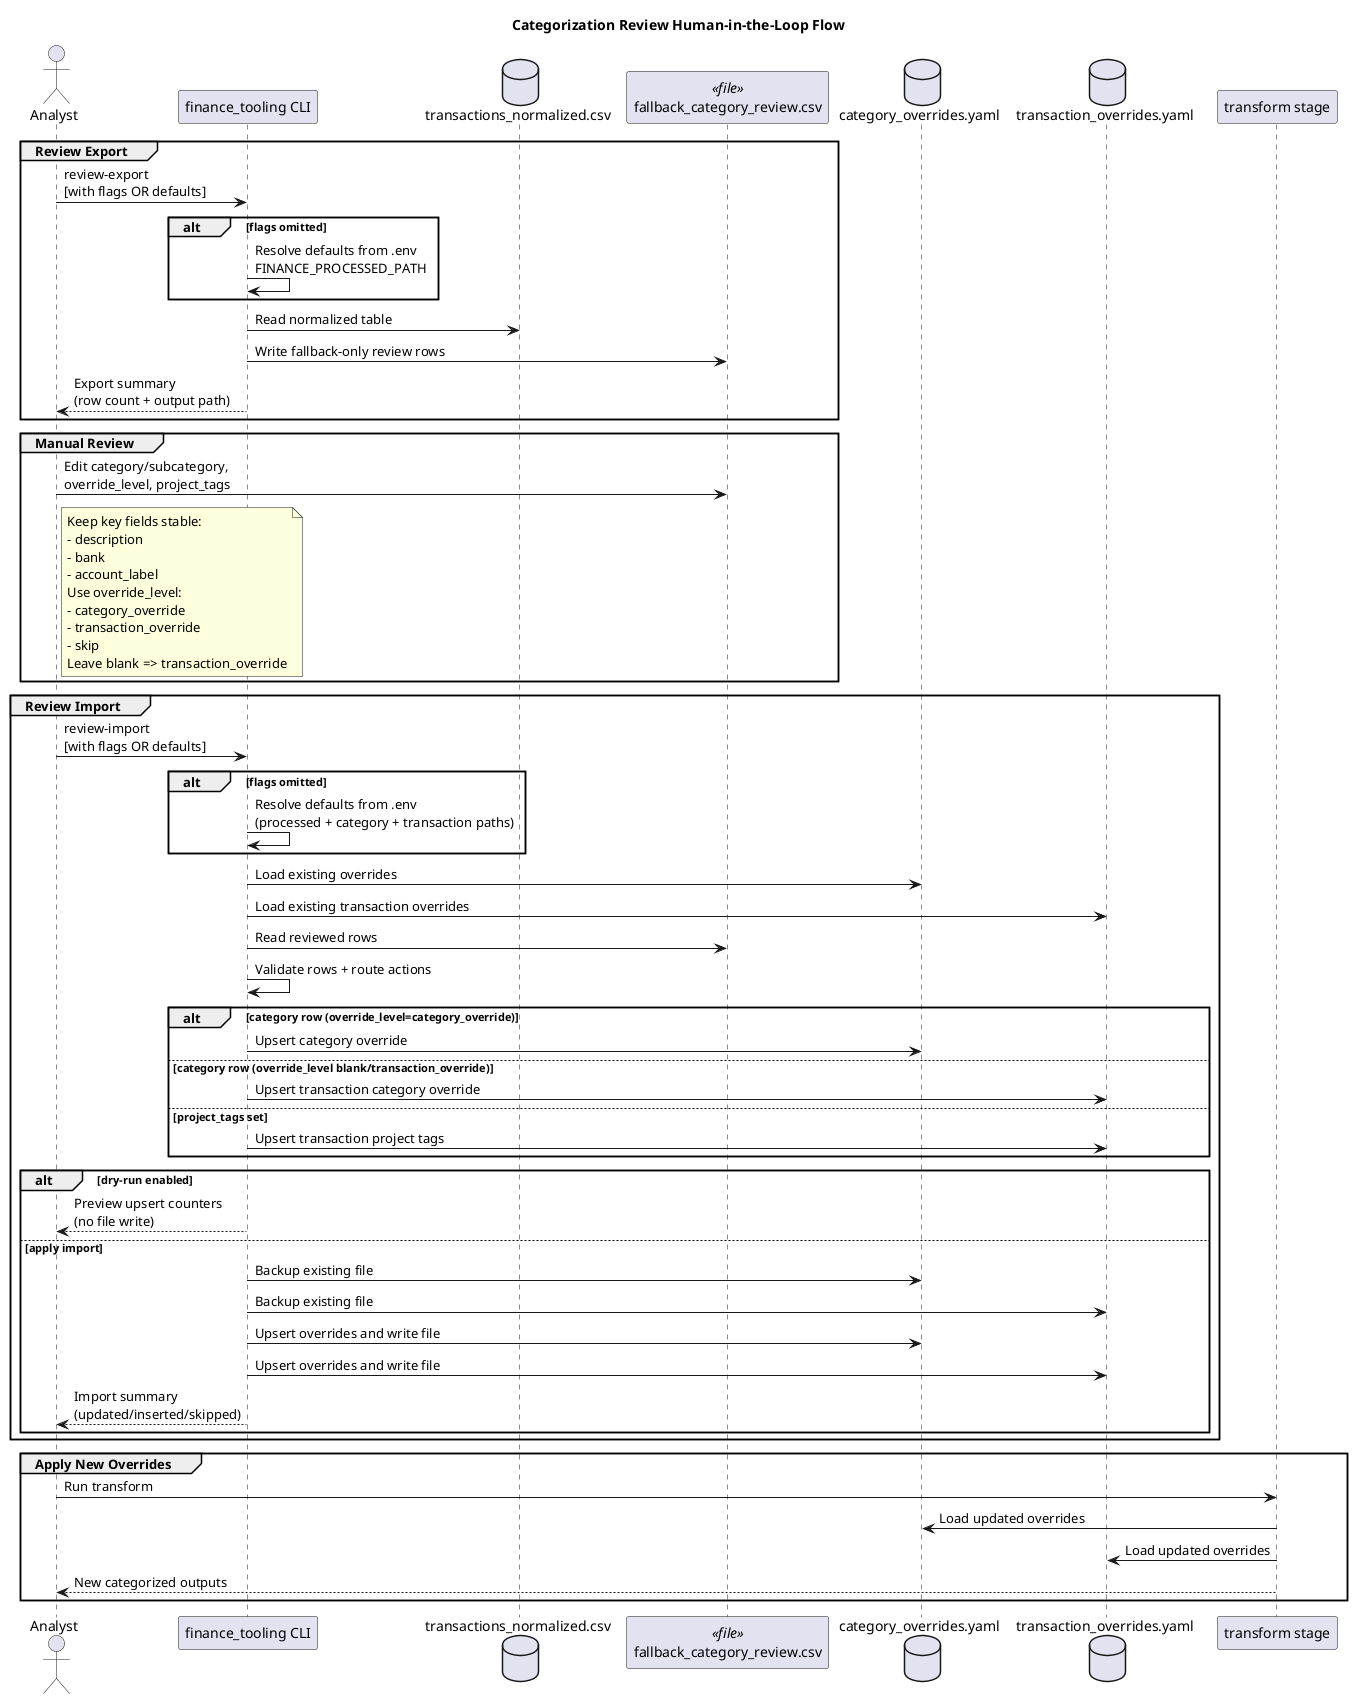
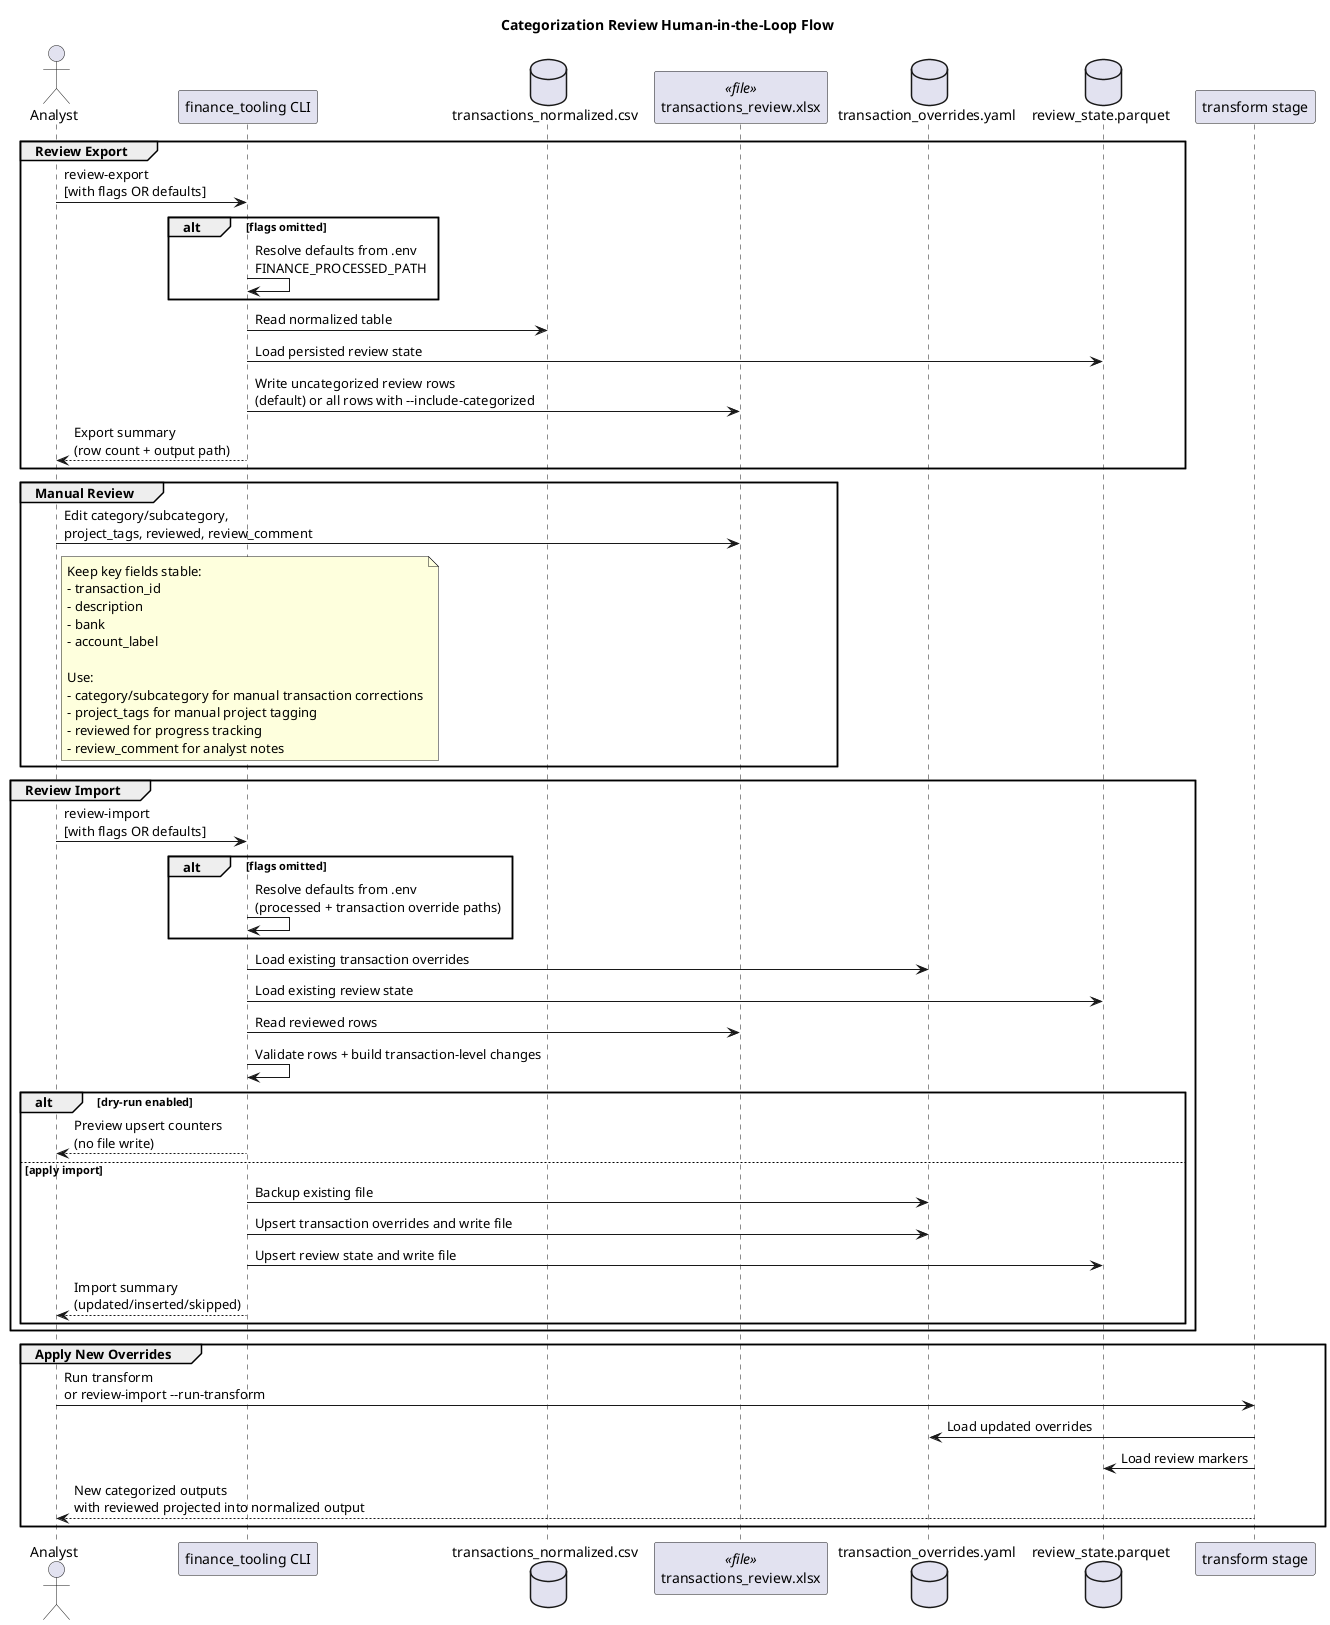
@startuml
title Categorization Review Human-in-the-Loop Flow

actor Analyst
participant "finance_tooling CLI" as CLI
database "transactions_normalized.csv" as NORMALIZED
- participant "fallback_category_review.csv" as REVIEW <<file>>
- database "category_overrides.yaml" as OVERRIDES
+ participant "transactions_review.xlsx" as REVIEW <<file>>
database "transaction_overrides.yaml" as TX_OVERRIDES
+ database "review_state.parquet" as REVIEW_STATE
participant "transform stage" as TRANSFORM

group Review Export
Analyst -> CLI: review-export\n[with flags OR defaults]
alt flags omitted
CLI -> CLI: Resolve defaults from .env\nFINANCE_PROCESSED_PATH
end
CLI -> NORMALIZED: Read normalized table
- CLI -> REVIEW: Write fallback-only review rows
+ CLI -> REVIEW_STATE: Load persisted review state
+ CLI -> REVIEW: Write uncategorized review rows\n(default) or all rows with --include-categorized
CLI --> Analyst: Export summary\n(row count + output path)
end

group Manual Review
- Analyst -> REVIEW: Edit category/subcategory,\noverride_level, project_tags
+ Analyst -> REVIEW: Edit category/subcategory,\nproject_tags, reviewed, review_comment
note right of Analyst
Keep key fields stable:
+ - transaction_id
- description
- bank
- account_label
- Use override_level:
- - category_override
- - transaction_override
- - skip
- Leave blank => transaction_override
+ 
+ Use:
+ - category/subcategory for manual transaction corrections
+ - project_tags for manual project tagging
+ - reviewed for progress tracking
+ - review_comment for analyst notes
end note
end

group Review Import
Analyst -> CLI: review-import\n[with flags OR defaults]
alt flags omitted
- CLI -> CLI: Resolve defaults from .env\n(processed + category + transaction paths)
+ CLI -> CLI: Resolve defaults from .env\n(processed + transaction override paths)
end
- CLI -> OVERRIDES: Load existing overrides
CLI -> TX_OVERRIDES: Load existing transaction overrides
+ CLI -> REVIEW_STATE: Load existing review state
CLI -> REVIEW: Read reviewed rows
- CLI -> CLI: Validate rows + route actions
- alt category row (override_level=category_override)
- CLI -> OVERRIDES: Upsert category override
- else category row (override_level blank/transaction_override)
- CLI -> TX_OVERRIDES: Upsert transaction category override
- else project_tags set
- CLI -> TX_OVERRIDES: Upsert transaction project tags
- end
+ CLI -> CLI: Validate rows + build transaction-level changes
alt dry-run enabled
CLI --> Analyst: Preview upsert counters\n(no file write)
else apply import
- CLI -> OVERRIDES: Backup existing file
CLI -> TX_OVERRIDES: Backup existing file
- CLI -> OVERRIDES: Upsert overrides and write file
- CLI -> TX_OVERRIDES: Upsert overrides and write file
+ CLI -> TX_OVERRIDES: Upsert transaction overrides and write file
+ CLI -> REVIEW_STATE: Upsert review state and write file
CLI --> Analyst: Import summary\n(updated/inserted/skipped)
end
end

group Apply New Overrides
- Analyst -> TRANSFORM: Run transform
- TRANSFORM -> OVERRIDES: Load updated overrides
+ Analyst -> TRANSFORM: Run transform\nor review-import --run-transform
TRANSFORM -> TX_OVERRIDES: Load updated overrides
- TRANSFORM --> Analyst: New categorized outputs
+ TRANSFORM -> REVIEW_STATE: Load review markers
+ TRANSFORM --> Analyst: New categorized outputs\nwith reviewed projected into normalized output
end

@enduml
